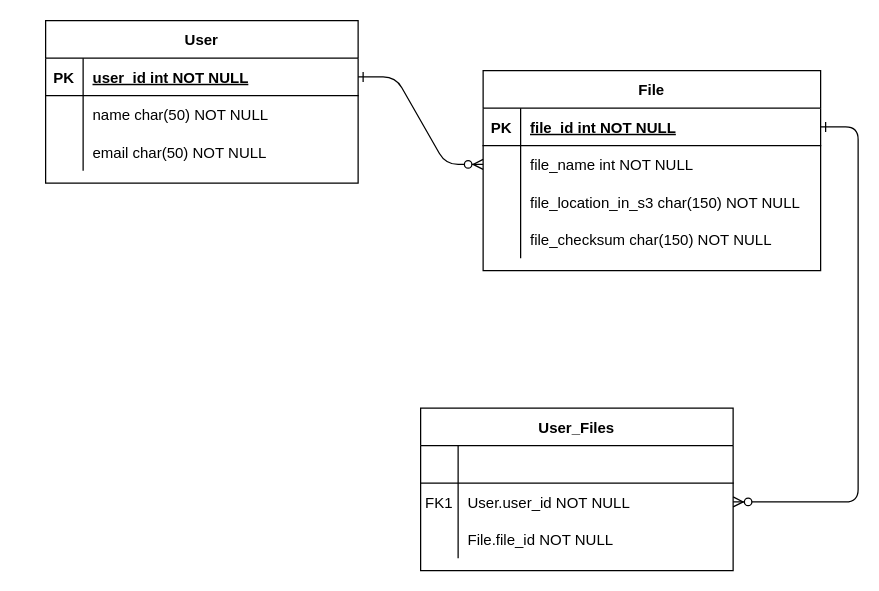
Earlier version of the draw.io diagram architecture/sql_er_diagram.drawio (pankaj-giri/upload_download_service). Source tidied: cells renumbered, new cells numbered last; positions are measured from the earlier drawing's top-left corner, leaving out a move shared by most shapes. Both pictures are drawn from the tidied source at 125%, with x=0, y=0 at pixel (45, 20).
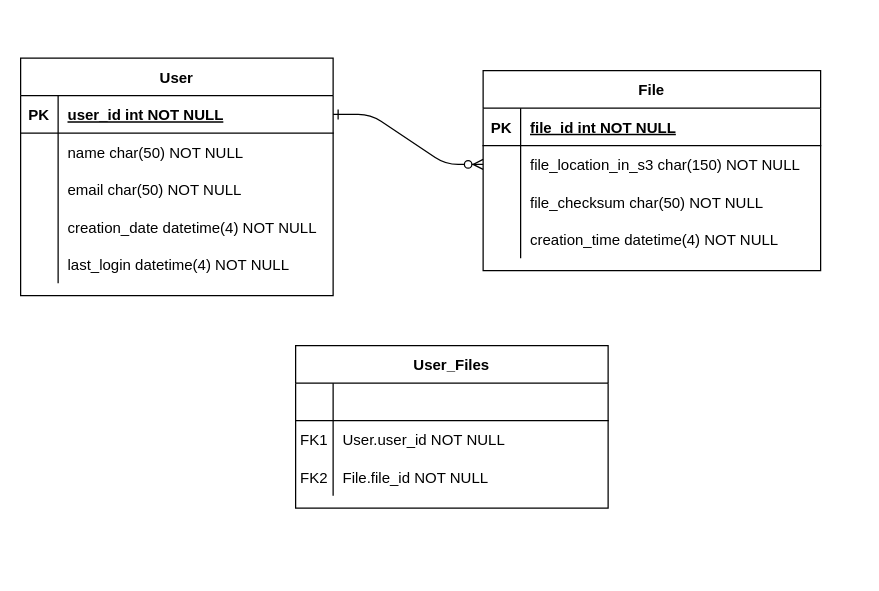
Above is the later version.

Unchanged cells that the change refers to:
```xml
<mxCell id="4" value="File" style="shape=table;startSize=30;childLayout=tableLayout;rowLines=0;fontStyle=1;align=center;" parent="1" vertex="1">
  <mxGeometry x="350" y="40" width="270" height="160" as="geometry" />
</mxCell>
<mxCell id="5" style="shape=partialRectangle;fillColor=none;points=[[0,0.5],[1,0.5]];portConstraint=eastwest;top=0;left=0;right=0;bottom=1;" parent="4" vertex="1">
  <mxGeometry y="30" width="270" height="30" as="geometry" />
</mxCell>
<mxCell id="21" style="shape=partialRectangle;fillColor=none;points=[[0,0.5],[1,0.5]];portConstraint=eastwest;top=0;left=0;right=0;bottom=0;" parent="17" vertex="1">
  <mxGeometry y="60" width="250" height="30" as="geometry" />
</mxCell>
<mxCell id="24" style="shape=partialRectangle;fillColor=none;top=0;left=0;right=0;bottom=0;" parent="17" vertex="1">
  <mxGeometry y="90" width="250" height="30" as="geometry" />
</mxCell>
<mxCell id="28" style="shape=partialRectangle;fillColor=none;points=[[0,0.5],[1,0.5]];portConstraint=eastwest;top=0;left=0;right=0;bottom=1;" parent="27" vertex="1">
  <mxGeometry y="30" width="250" height="30" as="geometry" />
</mxCell>
```

Change to the diagram source:
```diff
@@
-    <mxCell id="2" style="edgeStyle=entityRelationEdgeStyle;endArrow=ERzeroToMany;startArrow=ERone;endFill=1;startFill=0;" parent="1" edge="1" source="28" target="8">
-      <mxGeometry relative="1" as="geometry" />
+    <mxCell id="2" style="edgeStyle=entityRelationEdgeStyle;endArrow=ERzeroToMany;startArrow=ERone;endFill=1;startFill=0;" parent="1" edge="1" source="28">
+      <mxGeometry relative="1" as="geometry">
+        <mxPoint x="350" y="115" as="targetPoint" />
+      </mxGeometry>
     </mxCell>
-    <mxCell id="3" style="edgeStyle=entityRelationEdgeStyle;endArrow=ERzeroToMany;startArrow=ERone;endFill=1;startFill=0;" parent="1" edge="1" source="5" target="21">
-      <mxGeometry relative="1" as="geometry" />
-    </mxCell>
@@
-    <mxCell id="8" style="shape=partialRectangle;fillColor=none;points=[[0,0.5],[1,0.5]];portConstraint=eastwest;top=0;left=0;right=0;bottom=0;" parent="4" vertex="1">
-      <mxGeometry y="60" width="270" height="30" as="geometry" />
-    </mxCell>
-    <mxCell id="9" style="shape=partialRectangle;overflow=hidden;fillColor=none;top=0;left=0;bottom=0;right=0;" parent="8" vertex="1">
-      <mxGeometry width="30" height="30" as="geometry" />
-    </mxCell>
-    <mxCell id="10" value="file_name int NOT NULL" style="shape=partialRectangle;overflow=hidden;fillColor=none;top=0;left=0;bottom=0;right=0;align=left;spacingLeft=6;" parent="8" vertex="1">
-      <mxGeometry x="30" width="240" height="30" as="geometry" />
-    </mxCell>
     <mxCell id="11" style="shape=partialRectangle;fillColor=none;top=0;left=0;right=0;bottom=0;" parent="4" vertex="1">
-      <mxGeometry y="90" width="270" height="30" as="geometry" />
+      <mxGeometry y="60" width="270" height="30" as="geometry" />
     </mxCell>
@@
     <mxCell id="14" style="shape=partialRectangle;fillColor=none;top=0;left=0;right=0;bottom=0;" parent="4" vertex="1">
-      <mxGeometry y="120" width="270" height="30" as="geometry" />
+      <mxGeometry y="90" width="270" height="30" as="geometry" />
     </mxCell>
@@
-    <mxCell id="16" value="file_checksum char(150) NOT NULL" style="shape=partialRectangle;overflow=hidden;fillColor=none;top=0;left=0;bottom=0;right=0;align=left;spacingLeft=6;" parent="14" vertex="1">
+    <mxCell id="16" value="file_checksum char(50) NOT NULL" style="shape=partialRectangle;overflow=hidden;fillColor=none;top=0;left=0;bottom=0;right=0;align=left;spacingLeft=6;" parent="14" vertex="1">
       <mxGeometry x="30" width="240" height="30" as="geometry" />
     </mxCell>
+    <mxCell id="37" style="shape=partialRectangle;fillColor=none;top=0;left=0;right=0;bottom=0;" parent="4" vertex="1">
+      <mxGeometry y="120" width="270" height="30" as="geometry" />
+    </mxCell>
+    <mxCell id="38" style="shape=partialRectangle;overflow=hidden;fillColor=none;top=0;left=0;bottom=0;right=0;" parent="37" vertex="1">
+      <mxGeometry width="30" height="30" as="geometry" />
+    </mxCell>
+    <mxCell id="39" value="creation_time datetime(4) NOT NULL" style="shape=partialRectangle;overflow=hidden;fillColor=none;top=0;left=0;bottom=0;right=0;align=left;spacingLeft=6;" parent="37" vertex="1">
+      <mxGeometry x="30" width="240" height="30" as="geometry" />
+    </mxCell>
     <mxCell id="17" value="User_Files" style="shape=table;startSize=30;childLayout=tableLayout;rowLines=0;fontStyle=1;align=center;" parent="1" vertex="1">
-      <mxGeometry x="300" y="310" width="250" height="130" as="geometry" />
+      <mxGeometry x="200" y="260" width="250" height="130" as="geometry" />
     </mxCell>
@@
-    <mxCell id="25" style="shape=partialRectangle;overflow=hidden;fillColor=none;top=0;left=0;bottom=0;right=0;" parent="24" vertex="1">
+    <mxCell id="25" value="FK2" style="shape=partialRectangle;overflow=hidden;fillColor=none;top=0;left=0;bottom=0;right=0;" parent="24" vertex="1">
       <mxGeometry width="30" height="30" as="geometry" />
     </mxCell>
@@
     <mxCell id="27" value="User" style="shape=table;startSize=30;childLayout=tableLayout;rowLines=0;fontStyle=1;align=center;" parent="1" vertex="1">
-      <mxGeometry width="250" height="130" as="geometry" />
+      <mxGeometry x="-20" y="30" width="250" height="190" as="geometry" />
     </mxCell>
@@
+    <mxCell id="40" style="shape=partialRectangle;fillColor=none;top=0;left=0;right=0;bottom=0;" parent="27" vertex="1">
+      <mxGeometry y="120" width="250" height="30" as="geometry" />
+    </mxCell>
+    <mxCell id="41" style="shape=partialRectangle;overflow=hidden;fillColor=none;top=0;left=0;bottom=0;right=0;" parent="40" vertex="1">
+      <mxGeometry width="30" height="30" as="geometry" />
+    </mxCell>
+    <mxCell id="42" value="creation_date datetime(4) NOT NULL" style="shape=partialRectangle;overflow=hidden;fillColor=none;top=0;left=0;bottom=0;right=0;align=left;spacingLeft=6;" parent="40" vertex="1">
+      <mxGeometry x="30" width="220" height="30" as="geometry" />
+    </mxCell>
+    <mxCell id="43" style="shape=partialRectangle;fillColor=none;top=0;left=0;right=0;bottom=0;" parent="27" vertex="1">
+      <mxGeometry y="150" width="250" height="30" as="geometry" />
+    </mxCell>
+    <mxCell id="44" style="shape=partialRectangle;overflow=hidden;fillColor=none;top=0;left=0;bottom=0;right=0;" parent="43" vertex="1">
+      <mxGeometry width="30" height="30" as="geometry" />
+    </mxCell>
+    <mxCell id="45" value="last_login datetime(4) NOT NULL" style="shape=partialRectangle;overflow=hidden;fillColor=none;top=0;left=0;bottom=0;right=0;align=left;spacingLeft=6;" parent="43" vertex="1">
+      <mxGeometry x="30" width="220" height="30" as="geometry" />
+    </mxCell>
```
